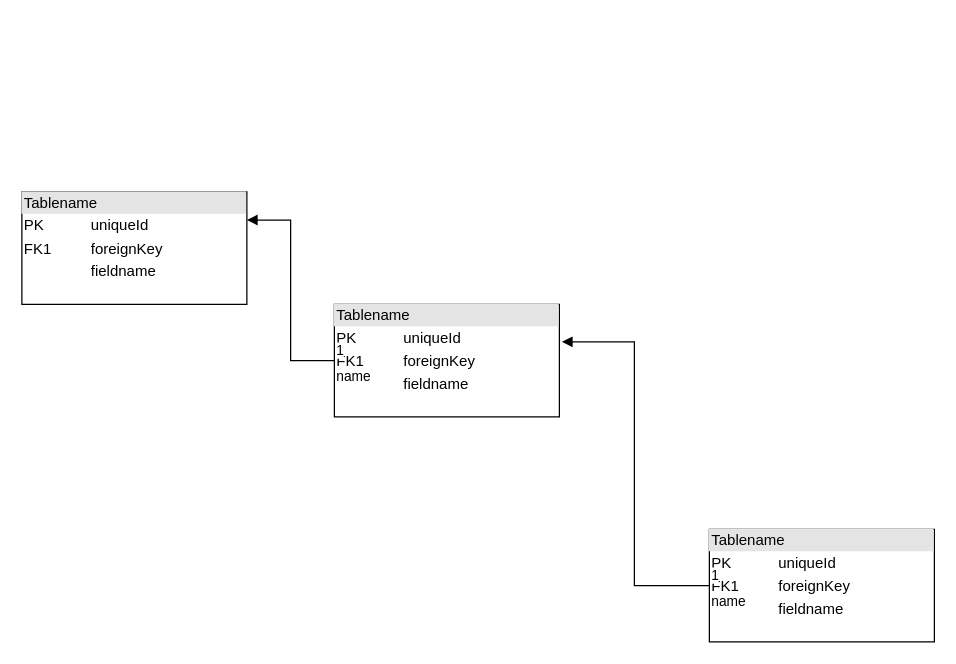
Before: tested.drawio in woodsleaf/calculation, a draw.io diagram. Source tidied: cells renumbered, new cells numbered last; positions are measured from the earlier drawing's top-left corner, leaving out a move shared by most shapes. Both pictures are drawn from the tidied source at 125%, with x=0, y=0 at pixel (21, 191).
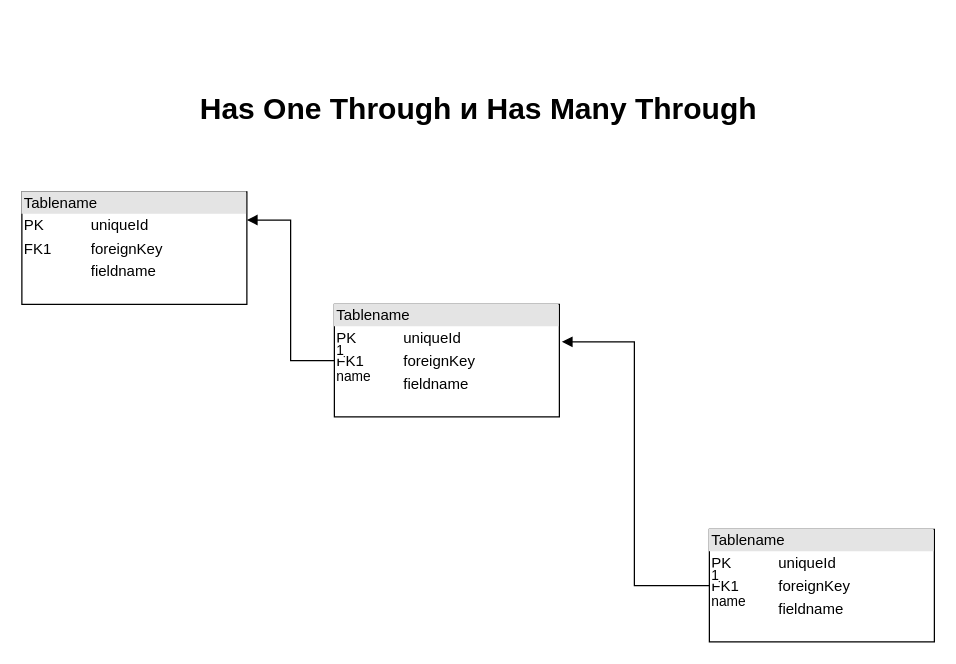
The same page after the edit.

What changed in the source:
```diff
@@
 <mxGraphModel>
   <root>
     <mxCell id="0" />
     <mxCell id="1" parent="0" />
     <mxCell id="2" value="&lt;div style=&quot;box-sizing:border-box;width:100%;background:#e4e4e4;padding:2px;&quot;&gt;Tablename&lt;/div&gt;&lt;table style=&quot;width:100%;font-size:1em;&quot; cellpadding=&quot;2&quot; cellspacing=&quot;0&quot;&gt;&lt;tr&gt;&lt;td&gt;PK&lt;/td&gt;&lt;td&gt;uniqueId&lt;/td&gt;&lt;/tr&gt;&lt;tr&gt;&lt;td&gt;FK1&lt;/td&gt;&lt;td&gt;foreignKey&lt;/td&gt;&lt;/tr&gt;&lt;tr&gt;&lt;td&gt;&lt;/td&gt;&lt;td&gt;fieldname&lt;/td&gt;&lt;/tr&gt;&lt;/table&gt;" style="verticalAlign=top;align=left;overflow=fill;html=1;" parent="1" vertex="1">
       <mxGeometry width="180" height="90" as="geometry" />
     </mxCell>
     <mxCell id="3" value="&lt;div style=&quot;box-sizing:border-box;width:100%;background:#e4e4e4;padding:2px;&quot;&gt;Tablename&lt;/div&gt;&lt;table style=&quot;width:100%;font-size:1em;&quot; cellpadding=&quot;2&quot; cellspacing=&quot;0&quot;&gt;&lt;tr&gt;&lt;td&gt;PK&lt;/td&gt;&lt;td&gt;uniqueId&lt;/td&gt;&lt;/tr&gt;&lt;tr&gt;&lt;td&gt;FK1&lt;/td&gt;&lt;td&gt;foreignKey&lt;/td&gt;&lt;/tr&gt;&lt;tr&gt;&lt;td&gt;&lt;/td&gt;&lt;td&gt;fieldname&lt;/td&gt;&lt;/tr&gt;&lt;/table&gt;" style="verticalAlign=top;align=left;overflow=fill;html=1;" parent="1" vertex="1">
       <mxGeometry x="250" y="90" width="180" height="90" as="geometry" />
     </mxCell>
     <mxCell id="4" value="&lt;div style=&quot;box-sizing:border-box;width:100%;background:#e4e4e4;padding:2px;&quot;&gt;Tablename&lt;/div&gt;&lt;table style=&quot;width:100%;font-size:1em;&quot; cellpadding=&quot;2&quot; cellspacing=&quot;0&quot;&gt;&lt;tr&gt;&lt;td&gt;PK&lt;/td&gt;&lt;td&gt;uniqueId&lt;/td&gt;&lt;/tr&gt;&lt;tr&gt;&lt;td&gt;FK1&lt;/td&gt;&lt;td&gt;foreignKey&lt;/td&gt;&lt;/tr&gt;&lt;tr&gt;&lt;td&gt;&lt;/td&gt;&lt;td&gt;fieldname&lt;/td&gt;&lt;/tr&gt;&lt;/table&gt;" style="verticalAlign=top;align=left;overflow=fill;html=1;" parent="1" vertex="1">
       <mxGeometry x="550" y="270" width="180" height="90" as="geometry" />
     </mxCell>
     <mxCell id="5" value="name" style="endArrow=block;endFill=1;html=1;edgeStyle=orthogonalEdgeStyle;align=left;verticalAlign=top;rounded=0;entryX=1;entryY=0.25;entryDx=0;entryDy=0;exitX=0;exitY=0.5;exitDx=0;exitDy=0;" parent="1" edge="1" source="3" target="2">
       <mxGeometry x="-1" relative="1" as="geometry" />
     </mxCell>
     <mxCell id="6" value="1" style="edgeLabel;html=1;align=left;verticalAlign=bottom;" parent="5" vertex="1">
       <mxGeometry x="-1" relative="1" as="geometry" />
     </mxCell>
     <mxCell id="7" value="name" style="endArrow=block;endFill=1;html=1;edgeStyle=orthogonalEdgeStyle;align=left;verticalAlign=top;rounded=0;exitX=0;exitY=0.5;exitDx=0;exitDy=0;entryX=1.011;entryY=0.333;entryDx=0;entryDy=0;entryPerimeter=0;" parent="1" edge="1" source="4" target="3">
       <mxGeometry x="-1" relative="1" as="geometry">
         <Array as="points">
           <mxPoint x="490" y="315" />
           <mxPoint x="490" y="120" />
         </Array>
       </mxGeometry>
     </mxCell>
     <mxCell id="8" value="1" style="edgeLabel;html=1;align=left;verticalAlign=bottom;" parent="7" vertex="1">
       <mxGeometry x="-1" relative="1" as="geometry" />
     </mxCell>
+    <mxCell id="9" value="&lt;h1 style=&quot;&quot; class=&quot;title style-scope ytd-video-primary-info-renderer&quot;&gt;&lt;font style=&quot;font-size: 24px;&quot;&gt;Has One Through и Has Many Through&lt;/font&gt;&lt;/h1&gt;" style="text;strokeColor=none;fillColor=none;html=1;fontSize=24;fontStyle=1;verticalAlign=middle;align=center;" parent="1" vertex="1">
+      <mxGeometry x="30" y="-90" width="670" height="30" as="geometry" />
+    </mxCell>
   </root>
 </mxGraphModel>
```
